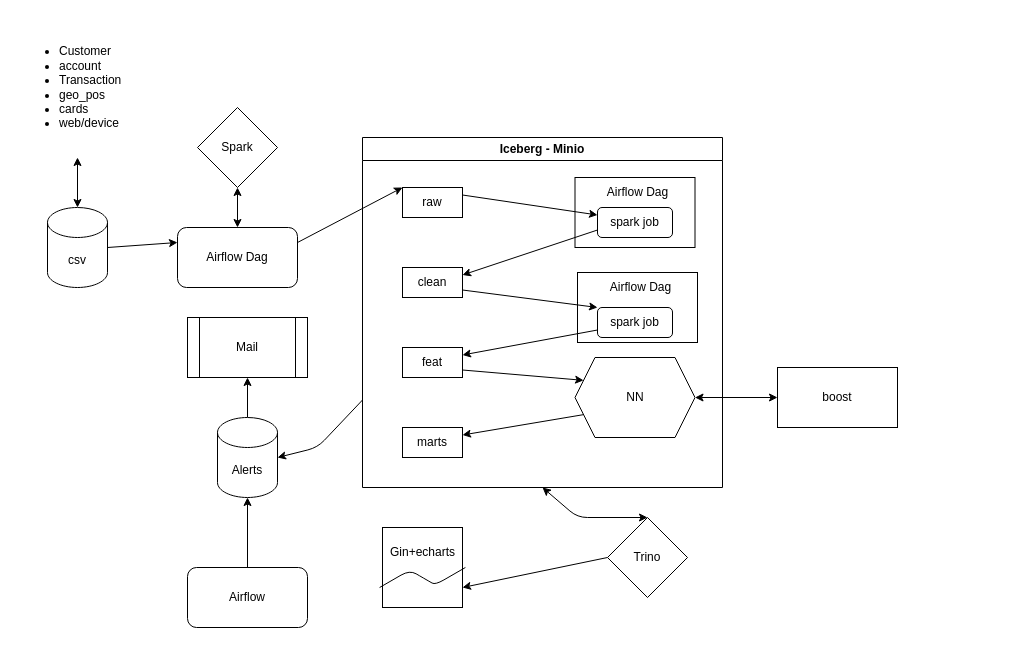
Before: schema.drawio in Pfpfpfpfal/Cocoonbl, a draw.io diagram. Source tidied: cells renumbered, new cells numbered last; positions are measured from the earlier drawing's top-left corner, leaving out a move shared by most shapes. Both pictures are drawn from the tidied source at 100%, with x=0, y=0 at pixel (17, 17).
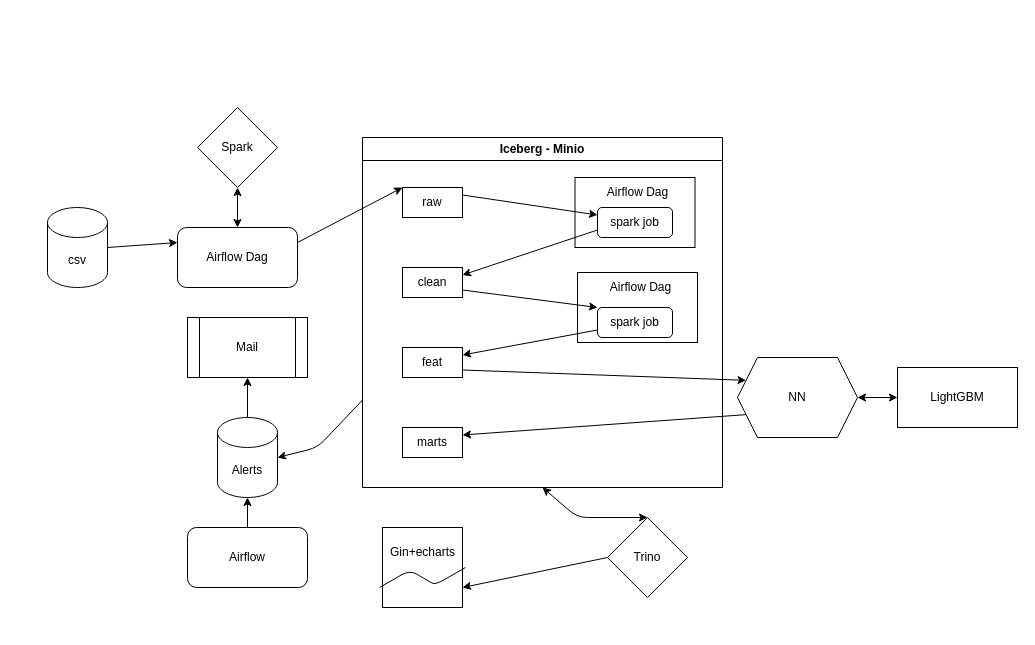
Above is the later version.

Commit message:
Обновлена схема

The change refers to these unchanged cells:
```xml
<mxCell id="5" value="csv" style="shape=cylinder3;whiteSpace=wrap;html=1;boundedLbl=1;backgroundOutline=1;size=15;" parent="1" vertex="1">
  <mxGeometry x="30" y="190" width="60" height="80" as="geometry" />
</mxCell>
<mxCell id="6" value="Iceberg - Minio" style="swimlane;whiteSpace=wrap;html=1;" parent="1" vertex="1">
  <mxGeometry x="345" y="120" width="360" height="350" as="geometry" />
</mxCell>
<mxCell id="12" value="marts" style="rounded=0;whiteSpace=wrap;html=1;" parent="6" vertex="1">
  <mxGeometry x="40" y="290" width="60" height="30" as="geometry" />
</mxCell>
<mxCell id="13" value="feat" style="rounded=0;whiteSpace=wrap;html=1;" parent="6" vertex="1">
  <mxGeometry x="40" y="210" width="60" height="30" as="geometry" />
</mxCell>
```

The edit, as a diff of the source:
```diff
@@
-    <mxCell id="2" value="&lt;ul&gt;&lt;li&gt;Customer&lt;/li&gt;&lt;li&gt;account&lt;/li&gt;&lt;li&gt;Transaction&lt;/li&gt;&lt;li&gt;geo_pos&lt;/li&gt;&lt;li&gt;cards&lt;/li&gt;&lt;li&gt;web/device&lt;/li&gt;&lt;/ul&gt;" style="text;strokeColor=none;fillColor=none;html=1;whiteSpace=wrap;verticalAlign=middle;overflow=hidden;" parent="1" vertex="1">
-      <mxGeometry width="120" height="140" as="geometry" />
-    </mxCell>
-    <mxCell id="3" style="edgeStyle=none;html=1;exitX=0.5;exitY=0;exitDx=0;exitDy=0;exitPerimeter=0;entryX=0.5;entryY=1;entryDx=0;entryDy=0;startArrow=classic;startFill=1;" parent="1" edge="1" source="5" target="2">
-      <mxGeometry relative="1" as="geometry" />
-    </mxCell>
@@
-    <mxCell id="21" value="NN" style="shape=hexagon;perimeter=hexagonPerimeter2;whiteSpace=wrap;html=1;fixedSize=1;" parent="6" vertex="1">
-      <mxGeometry x="212.5" y="220" width="120" height="80" as="geometry" />
-    </mxCell>
-    <mxCell id="22" style="edgeStyle=none;html=1;exitX=1;exitY=0.75;exitDx=0;exitDy=0;entryX=0;entryY=0.25;entryDx=0;entryDy=0;" parent="6" edge="1" source="13" target="21">
-      <mxGeometry relative="1" as="geometry" />
-    </mxCell>
-    <mxCell id="23" style="edgeStyle=none;html=1;exitX=0;exitY=0.75;exitDx=0;exitDy=0;entryX=1;entryY=0.25;entryDx=0;entryDy=0;" parent="6" edge="1" source="21" target="12">
-      <mxGeometry relative="1" as="geometry" />
-    </mxCell>
@@
     <mxCell id="40" value="Airflow" style="rounded=1;whiteSpace=wrap;html=1;" parent="1" vertex="1">
-      <mxGeometry x="170" y="550" width="120" height="60" as="geometry" />
+      <mxGeometry x="170" y="510" width="120" height="60" as="geometry" />
     </mxCell>
-    <mxCell id="41" value="boost" style="rounded=0;whiteSpace=wrap;html=1;" parent="1" vertex="1">
-      <mxGeometry x="760" y="350" width="120" height="60" as="geometry" />
+    <mxCell id="41" value="LightGBM" style="rounded=0;whiteSpace=wrap;html=1;" parent="1" vertex="1">
+      <mxGeometry x="880" y="350" width="120" height="60" as="geometry" />
     </mxCell>
+    <mxCell id="21" value="NN" style="shape=hexagon;perimeter=hexagonPerimeter2;whiteSpace=wrap;html=1;fixedSize=1;" parent="1" vertex="1">
+      <mxGeometry x="720" y="340" width="120" height="80" as="geometry" />
+    </mxCell>
+    <mxCell id="22" style="edgeStyle=none;html=1;exitX=1;exitY=0.75;exitDx=0;exitDy=0;entryX=0;entryY=0.25;entryDx=0;entryDy=0;" parent="1" edge="1" source="13" target="21">
+      <mxGeometry relative="1" as="geometry" />
+    </mxCell>
+    <mxCell id="23" style="edgeStyle=none;html=1;exitX=0;exitY=0.75;exitDx=0;exitDy=0;entryX=1;entryY=0.25;entryDx=0;entryDy=0;" parent="1" edge="1" source="21" target="12">
+      <mxGeometry relative="1" as="geometry" />
+    </mxCell>
```
